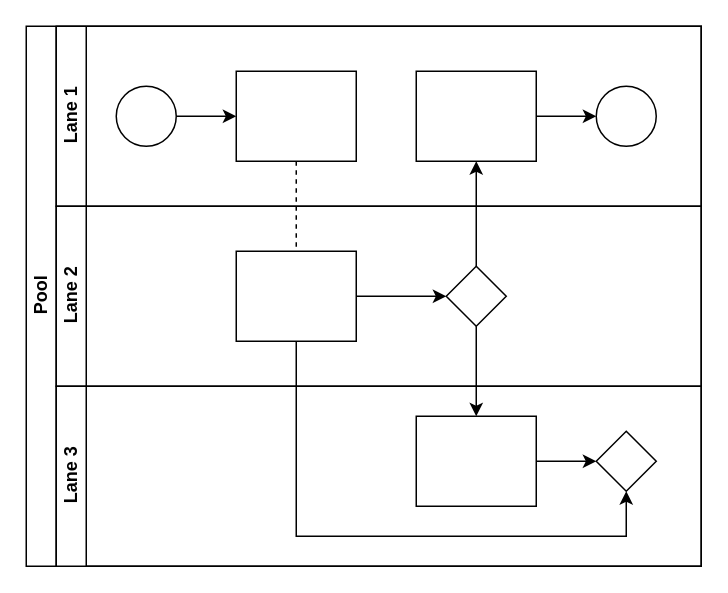
Before: Untitled Diagram.drawio in zaksha/Data-Science, a draw.io diagram. Source tidied: cells renumbered, new cells numbered last; positions are measured from the earlier drawing's top-left corner, leaving out a move shared by most shapes. Both pictures are drawn from the tidied source at 150%, with x=0, y=0 at pixel (26, 26).
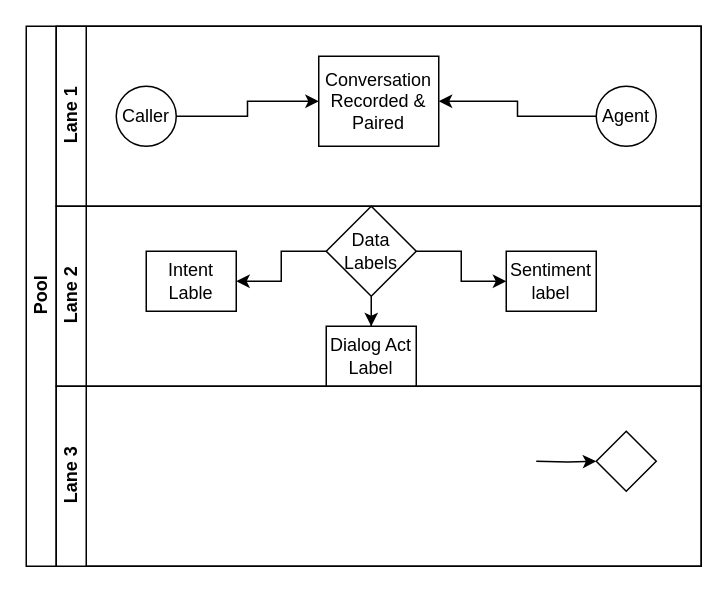
Above is the later version.

The change refers to these unchanged cells:
```xml
<mxCell id="2" value="Pool" style="swimlane;html=1;horizontal=0;startSize=20;" parent="1" vertex="1">
  <mxGeometry width="450" height="360" as="geometry" />
</mxCell>
<mxCell id="7" value="Lane 1" style="swimlane;html=1;startSize=20;horizontal=0;" parent="2" vertex="1">
  <mxGeometry x="20" width="430" height="120" as="geometry" />
</mxCell>
<mxCell id="14" value="Lane 2" style="swimlane;html=1;startSize=20;horizontal=0;" parent="2" vertex="1">
  <mxGeometry x="20" y="120" width="430" height="120" as="geometry" />
</mxCell>
<mxCell id="18" value="Lane 3" style="swimlane;html=1;startSize=20;horizontal=0;" parent="2" vertex="1">
  <mxGeometry x="20" y="240" width="430" height="120" as="geometry" />
</mxCell>
<mxCell id="21" style="rhombus;whiteSpace=wrap;html=1;fontFamily=Helvetica;fontSize=12;fontColor=#000000;align=center;" parent="18" vertex="1">
  <mxGeometry x="360" y="30" width="40" height="40" as="geometry" />
</mxCell>
```

Change to the diagram source:
```diff
@@
-    <mxCell id="3" style="edgeStyle=orthogonalEdgeStyle;rounded=0;jettySize=auto;html=1;dashed=1;endArrow=none;endFill=0;" parent="2" edge="1" source="10" target="16">
-      <mxGeometry relative="1" as="geometry" />
-    </mxCell>
-    <mxCell id="4" style="edgeStyle=orthogonalEdgeStyle;rounded=0;jettySize=auto;html=1;endArrow=classic;endFill=1;" parent="2" edge="1" source="17" target="12">
-      <mxGeometry relative="1" as="geometry" />
-    </mxCell>
-    <mxCell id="5" style="edgeStyle=orthogonalEdgeStyle;rounded=0;jettySize=auto;html=1;endArrow=classic;endFill=1;" parent="2" edge="1" source="17" target="20">
-      <mxGeometry relative="1" as="geometry" />
-    </mxCell>
-    <mxCell id="6" style="edgeStyle=orthogonalEdgeStyle;rounded=0;jettySize=auto;html=1;endArrow=classic;endFill=1;" parent="2" edge="1" source="16" target="21">
-      <mxGeometry relative="1" as="geometry">
-        <Array as="points">
-          <mxPoint x="180" y="340" />
-          <mxPoint x="400" y="340" />
-        </Array>
-      </mxGeometry>
-    </mxCell>
@@
-    <mxCell id="9" style="ellipse;whiteSpace=wrap;html=1;" parent="7" vertex="1">
+    <mxCell id="9" value="Caller" style="ellipse;whiteSpace=wrap;html=1;" parent="7" vertex="1">
       <mxGeometry x="40" y="40" width="40" height="40" as="geometry" />
     </mxCell>
-    <mxCell id="10" style="rounded=0;whiteSpace=wrap;html=1;fontFamily=Helvetica;fontSize=12;fontColor=#000000;align=center;" parent="7" vertex="1">
-      <mxGeometry x="120" y="30" width="80" height="60" as="geometry" />
+    <mxCell id="10" value="Conversation Recorded &amp;amp; Paired" style="rounded=0;whiteSpace=wrap;html=1;fontFamily=Helvetica;fontSize=12;fontColor=#000000;align=center;" parent="7" vertex="1">
+      <mxGeometry x="175" y="20" width="80" height="60" as="geometry" />
     </mxCell>
-    <mxCell id="11" style="edgeStyle=orthogonalEdgeStyle;rounded=0;jettySize=auto;html=1;endArrow=classic;endFill=1;" parent="7" edge="1" source="12" target="13">
-      <mxGeometry relative="1" as="geometry" />
-    </mxCell>
-    <mxCell id="12" style="rounded=0;whiteSpace=wrap;html=1;fontFamily=Helvetica;fontSize=12;fontColor=#000000;align=center;" parent="7" vertex="1">
-      <mxGeometry x="240" y="30" width="80" height="60" as="geometry" />
-    </mxCell>
+    <mxCell id="22" style="edgeStyle=orthogonalEdgeStyle;rounded=0;jettySize=auto;html=1;entryX=1;entryY=0.5;entryDx=0;entryDy=0;" parent="7" edge="1" source="13" target="10">
+      <mxGeometry relative="1" as="geometry" />
+    </mxCell>
-    <mxCell id="13" style="ellipse;whiteSpace=wrap;html=1;" parent="7" vertex="1">
+    <mxCell id="13" value="Agent" style="ellipse;whiteSpace=wrap;html=1;" parent="7" vertex="1">
       <mxGeometry x="360" y="40" width="40" height="40" as="geometry" />
     </mxCell>
@@
-    <mxCell id="15" style="edgeStyle=orthogonalEdgeStyle;rounded=0;jettySize=auto;html=1;endArrow=classic;endFill=1;" parent="14" edge="1" source="16" target="17">
-      <mxGeometry relative="1" as="geometry" />
-    </mxCell>
-    <mxCell id="16" style="rounded=0;whiteSpace=wrap;html=1;fontFamily=Helvetica;fontSize=12;fontColor=#000000;align=center;" parent="14" vertex="1">
-      <mxGeometry x="120" y="30" width="80" height="60" as="geometry" />
-    </mxCell>
+    <mxCell id="23" style="edgeStyle=orthogonalEdgeStyle;rounded=0;jettySize=auto;html=1;exitX=0;exitY=0.5;exitDx=0;exitDy=0;entryX=1;entryY=0.5;entryDx=0;entryDy=0;" parent="14" edge="1" source="17" target="26">
+      <mxGeometry relative="1" as="geometry" />
+    </mxCell>
+    <mxCell id="24" style="edgeStyle=orthogonalEdgeStyle;rounded=0;jettySize=auto;html=1;" parent="14" edge="1" source="17" target="28">
+      <mxGeometry relative="1" as="geometry" />
+    </mxCell>
+    <mxCell id="25" style="edgeStyle=orthogonalEdgeStyle;rounded=0;jettySize=auto;html=1;entryX=0.5;entryY=0;entryDx=0;entryDy=0;" parent="14" edge="1" source="17" target="27">
+      <mxGeometry relative="1" as="geometry" />
+    </mxCell>
-    <mxCell id="17" style="rhombus;whiteSpace=wrap;html=1;fontFamily=Helvetica;fontSize=12;fontColor=#000000;align=center;" parent="14" vertex="1">
-      <mxGeometry x="260" y="40" width="40" height="40" as="geometry" />
+    <mxCell id="17" value="Data Labels" style="rhombus;whiteSpace=wrap;html=1;fontFamily=Helvetica;fontSize=12;fontColor=#000000;align=center;" parent="14" vertex="1">
+      <mxGeometry x="180" width="60" height="60" as="geometry" />
     </mxCell>
+    <mxCell id="26" value="Intent Lable" style="rounded=0;whiteSpace=wrap;html=1;" parent="14" vertex="1">
+      <mxGeometry x="60" y="30" width="60" height="40" as="geometry" />
+    </mxCell>
+    <mxCell id="27" value="Dialog Act Label" style="rounded=0;whiteSpace=wrap;html=1;" parent="14" vertex="1">
+      <mxGeometry x="180" y="80" width="60" height="40" as="geometry" />
+    </mxCell>
+    <mxCell id="28" value="Sentiment label" style="rounded=0;whiteSpace=wrap;html=1;" parent="14" vertex="1">
+      <mxGeometry x="300" y="30" width="60" height="40" as="geometry" />
+    </mxCell>
@@
-    <mxCell id="19" style="edgeStyle=orthogonalEdgeStyle;rounded=0;jettySize=auto;html=1;endArrow=classic;endFill=1;" parent="18" edge="1" source="20" target="21">
-      <mxGeometry relative="1" as="geometry" />
+    <mxCell id="19" style="edgeStyle=orthogonalEdgeStyle;rounded=0;jettySize=auto;html=1;endArrow=classic;endFill=1;" parent="18" edge="1" target="21">
+      <mxGeometry relative="1" as="geometry">
+        <mxPoint x="320" y="50" as="sourcePoint" />
+      </mxGeometry>
     </mxCell>
-    <mxCell id="20" style="rounded=0;whiteSpace=wrap;html=1;fontFamily=Helvetica;fontSize=12;fontColor=#000000;align=center;" parent="18" vertex="1">
-      <mxGeometry x="240" y="20" width="80" height="60" as="geometry" />
-    </mxCell>
```
